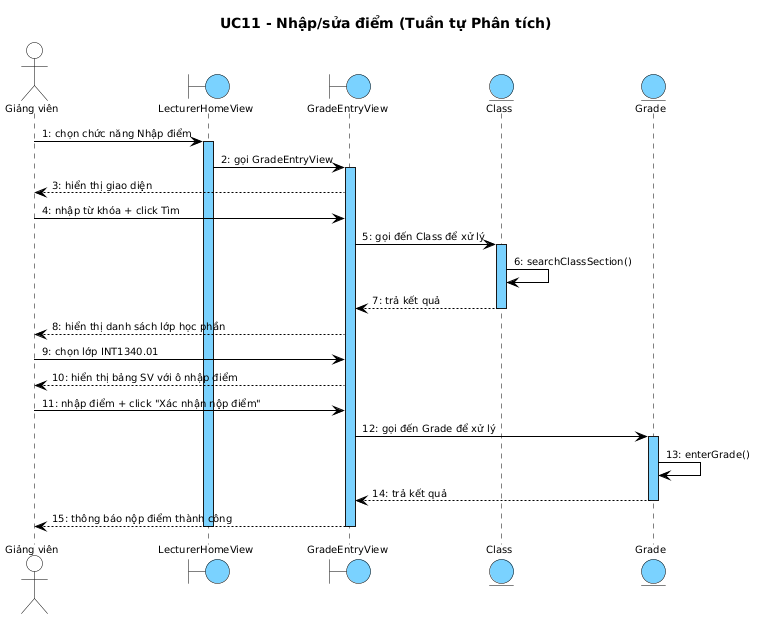
Earlier version of the PlantUML export report/diagrams/seq_analysis_uc11.png (thanhtrnnn/universe).
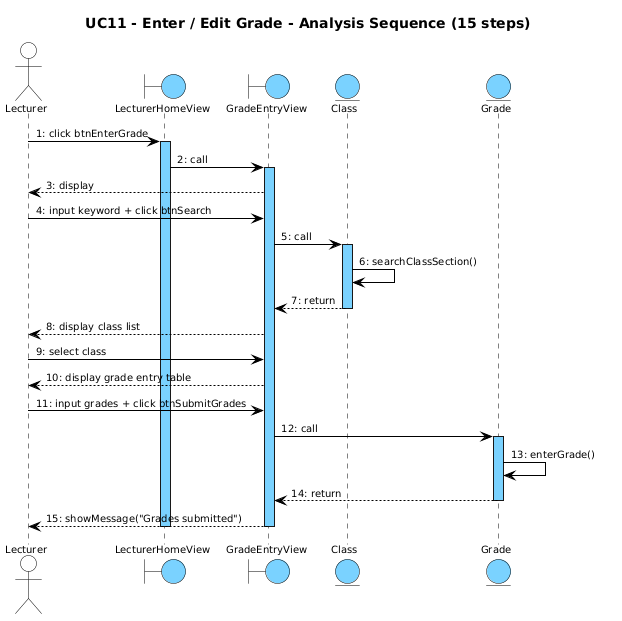
The same file after the commit.

What changed in the source:
```diff
@@ -10,42 +10,71 @@
   FontName "Arial"
   FontSize 10
   FontColor #000000
-  boundary { BackgroundColor #7AD2FF; LineColor #000000 }
-  entity { BackgroundColor #7AD2FF; LineColor #000000 }
-  actor { BackgroundColor transparent; LineColor #000000 }
-  lifeline { LineColor #000000; LineStyle 5-5 }
-  arrow { LineColor #000000; LineThickness 1; FontSize 10 }
+
+  participant {
+    BackgroundColor #7AD2FF
+    LineColor #000000
+    LineThickness 1
+  }
+
+  actor {
+    BackgroundColor transparent
+    LineColor #000000
+  }
+  boundary {
+    BackgroundColor #7AD2FF
+    LineColor #000000
+  }
+  control {
+    BackgroundColor #7AD2FF
+    LineColor #000000
+  }
+  entity {
+    BackgroundColor #7AD2FF
+    LineColor #000000
+  }
+
+  lifeline {
+    LineColor #000000
+    LineStyle 5-5
+  }
+
+  arrow {
+    LineColor #000000
+    LineThickness 1
+    FontSize 10
+  }
 }
 </style>
-title UC11 - Nhập/sửa điểm (Tuần tự Phân tích)
+title UC11 - Enter / Edit Grade - Analysis Sequence (15 steps)
 
-actor "Giảng viên" as GV
+actor "Lecturer" as Actor
 boundary LecturerHomeView
 boundary GradeEntryView
 entity Class
 entity Grade
 
-GV -> LecturerHomeView : 1: chọn chức năng Nhập điểm
+Actor -> LecturerHomeView : 1: click btnEnterGrade
 activate LecturerHomeView
-LecturerHomeView -> GradeEntryView : 2: gọi GradeEntryView
+LecturerHomeView -> GradeEntryView : 2: call
 activate GradeEntryView
-GradeEntryView --> GV : 3: hiển thị giao diện
-GV -> GradeEntryView : 4: nhập từ khóa + click Tìm
-GradeEntryView -> Class : 5: gọi đến Class để xử lý
+GradeEntryView --> Actor : 3: display
+Actor -> GradeEntryView : 4: input keyword + click btnSearch
+GradeEntryView -> Class : 5: call
 activate Class
 Class -> Class : 6: searchClassSection()
-Class --> GradeEntryView : 7: trả kết quả
+Class --> GradeEntryView : 7: return
 deactivate Class
-GradeEntryView --> GV : 8: hiển thị danh sách lớp học phần
-GV -> GradeEntryView : 9: chọn lớp INT1340.01
-GradeEntryView --> GV : 10: hiển thị bảng SV với ô nhập điểm
-GV -> GradeEntryView : 11: nhập điểm + click "Xác nhận nộp điểm"
-GradeEntryView -> Grade : 12: gọi đến Grade để xử lý
+GradeEntryView --> Actor : 8: display class list
+Actor -> GradeEntryView : 9: select class
+GradeEntryView --> Actor : 10: display grade entry table
+Actor -> GradeEntryView : 11: input grades + click btnSubmitGrades
+GradeEntryView -> Grade : 12: call
 activate Grade
 Grade -> Grade : 13: enterGrade()
-Grade --> GradeEntryView : 14: trả kết quả
+Grade --> GradeEntryView : 14: return
 deactivate Grade
-GradeEntryView --> GV : 15: thông báo nộp điểm thành công
+GradeEntryView --> Actor : 15: showMessage("Grades submitted")
 deactivate GradeEntryView
 deactivate LecturerHomeView
 @enduml
```
